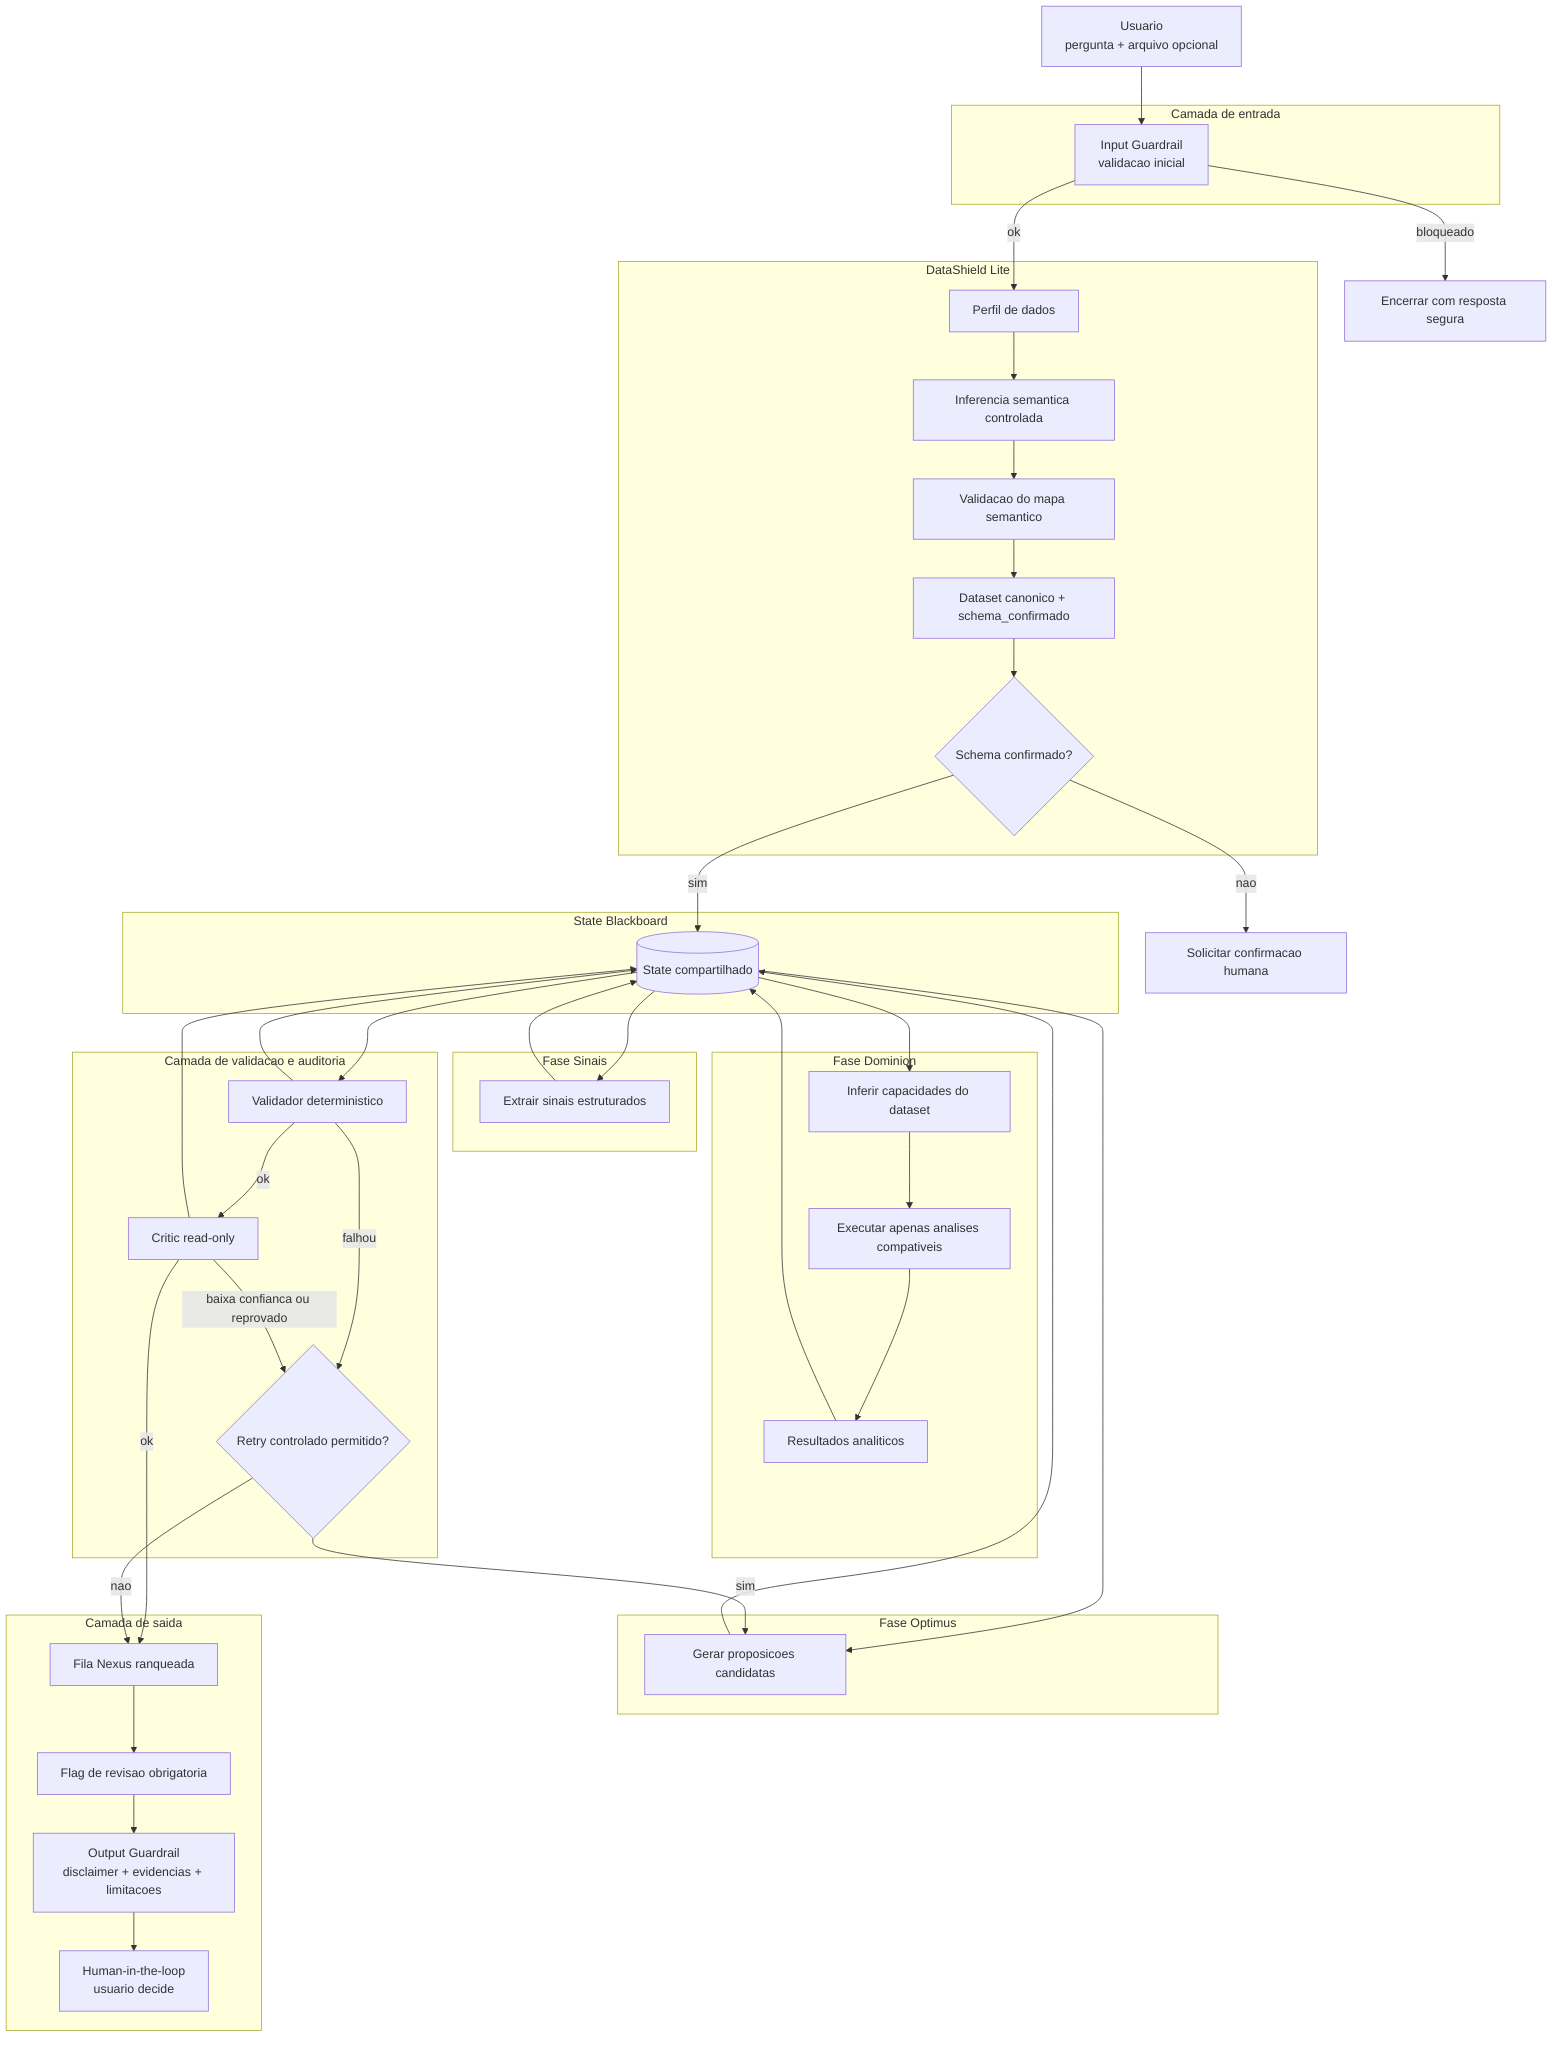
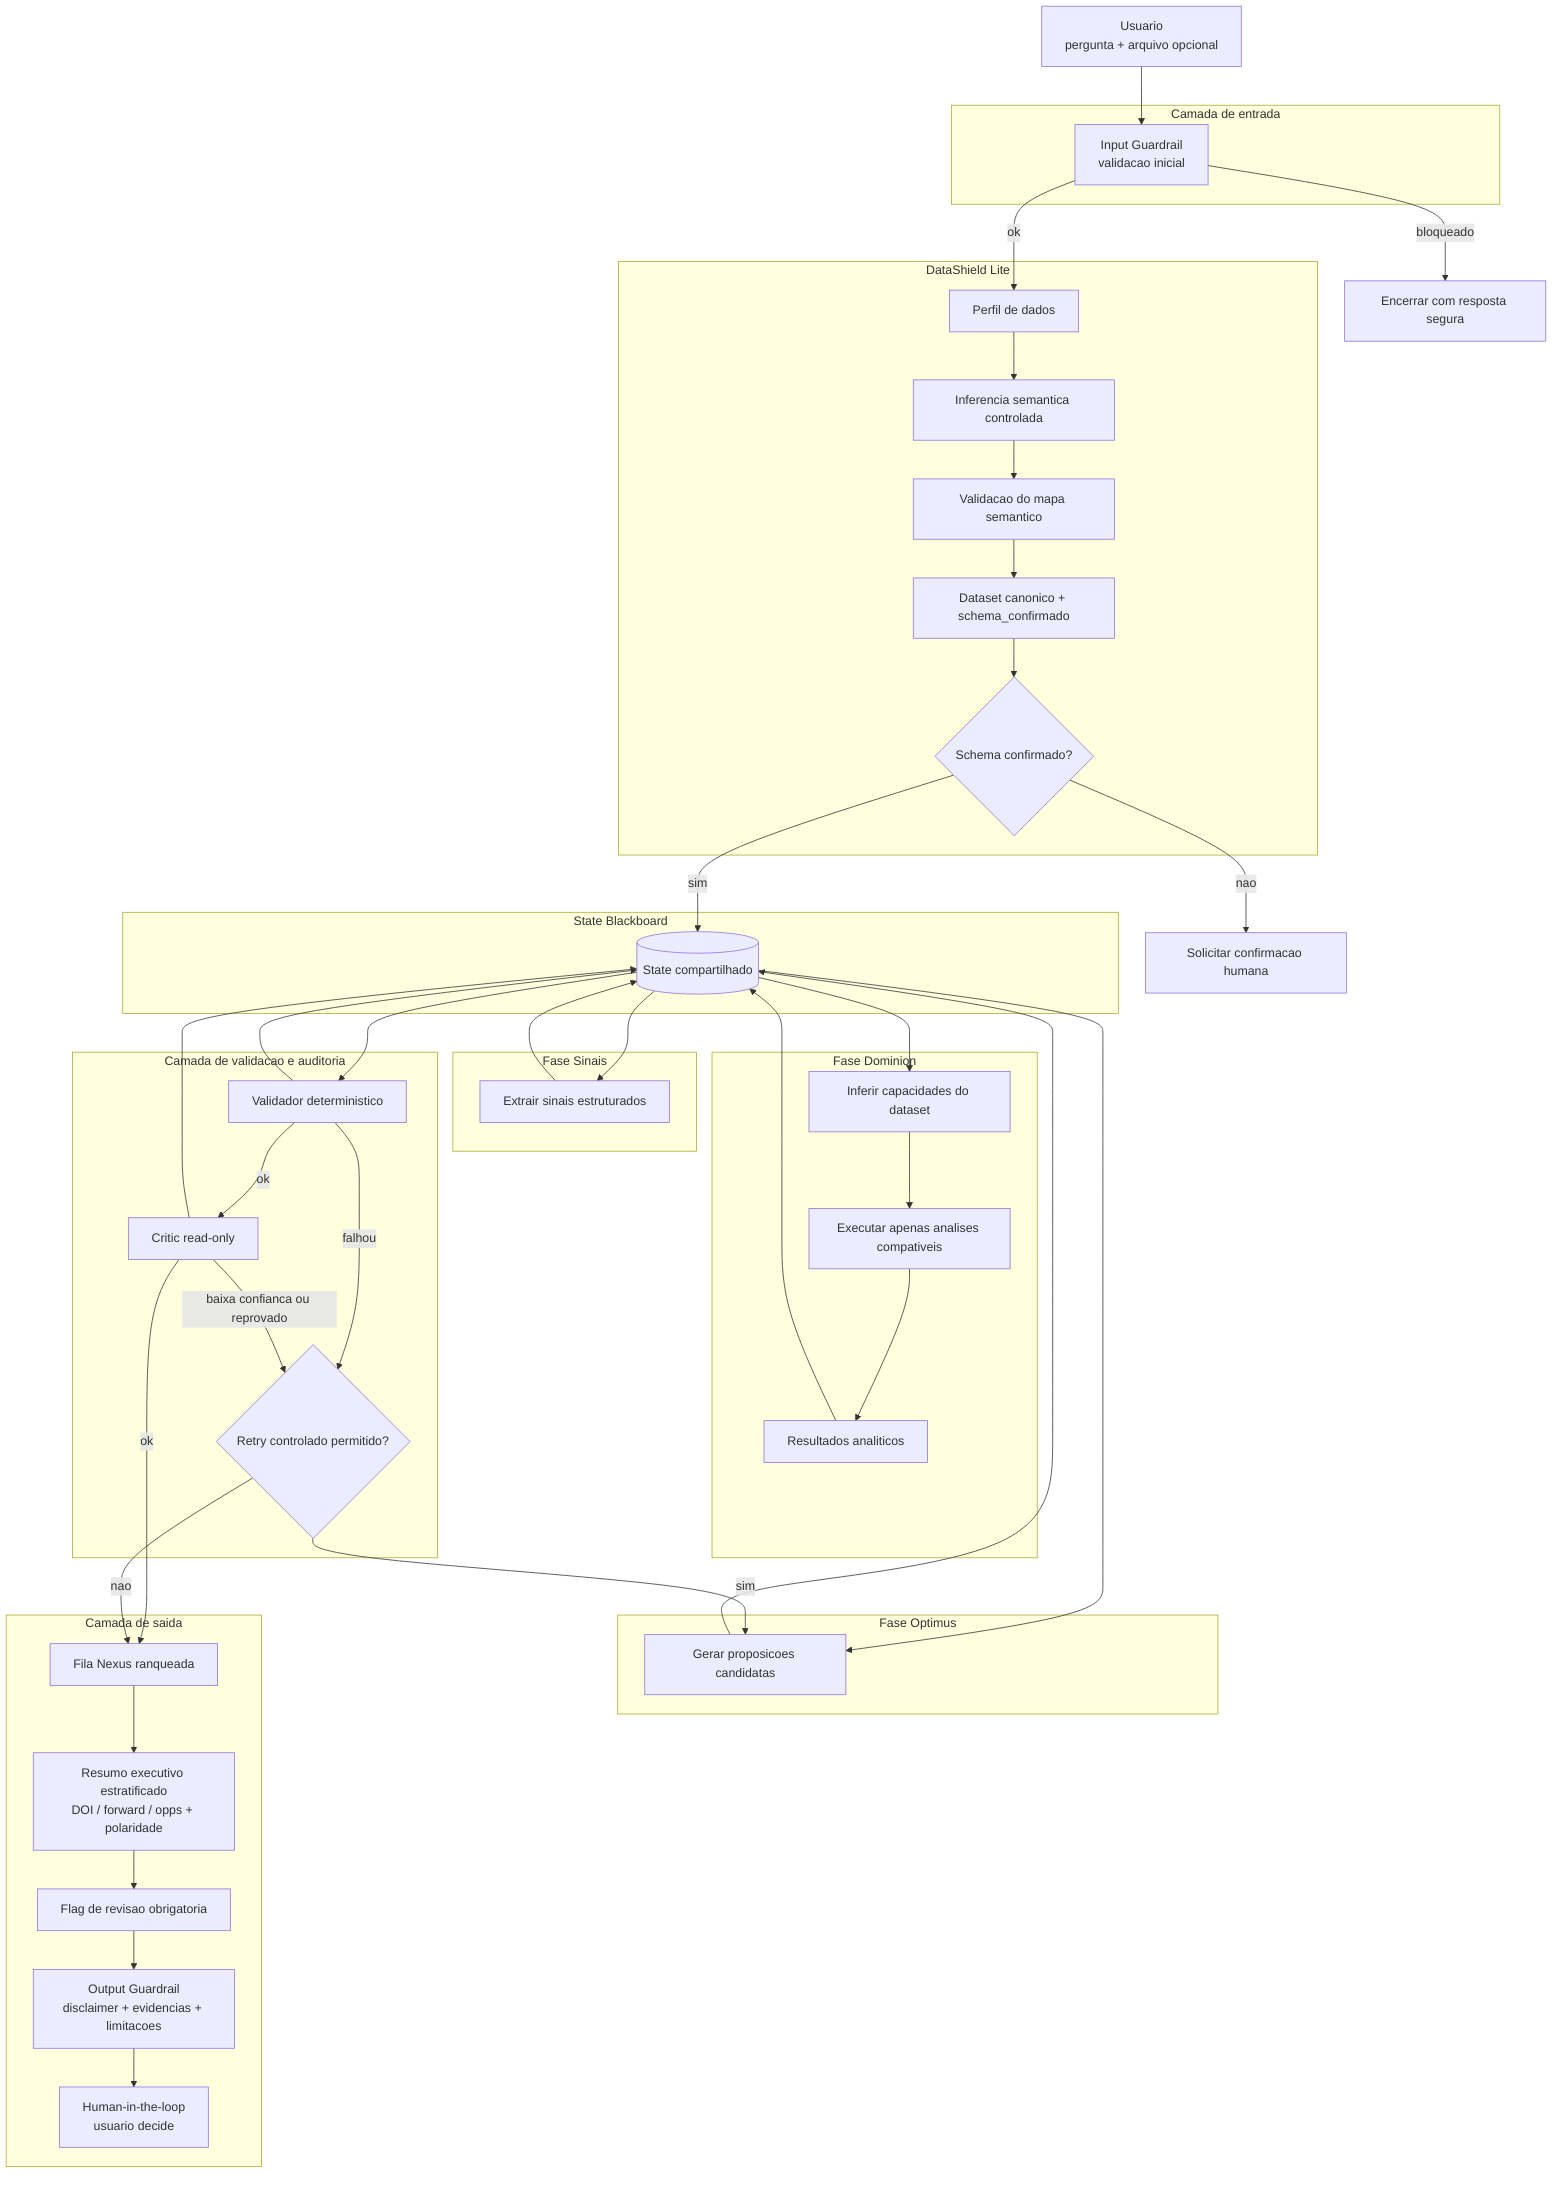
flowchart TB
    START[Usuario<br/>pergunta + arquivo opcional]

    subgraph ENTRADA["Camada de entrada"]
        IG[Input Guardrail<br/>validacao inicial]
    end

    subgraph DATASHIELD["DataShield Lite"]
        DS1[Perfil de dados]
        DS2[Inferencia semantica controlada]
        DS3[Validacao do mapa semantico]
        DS4[Dataset canonico + schema_confirmado]
        DSG{Schema confirmado?}
    end

    subgraph STATE["State Blackboard"]
        SB[(State compartilhado)]
    end

    subgraph DOMINION["Fase Dominion"]
        DOM1[Inferir capacidades do dataset]
        DOM2[Executar apenas analises compativeis]
        DOM3[Resultados analiticos]
    end

    subgraph SINAIS["Fase Sinais"]
        SIG[Extrair sinais estruturados]
    end

    subgraph OPTIMUS["Fase Optimus"]
        OPT[Gerar proposicoes candidatas]
    end

    subgraph VALIDACAO["Camada de validacao e auditoria"]
        VAL[Validador deterministico]
        CRIT[Critic read-only]
        RETRY{Retry controlado permitido?}
    end

    subgraph SAIDA["Camada de saida"]
        FILA[Fila Nexus ranqueada]
+         RES[Resumo executivo estratificado<br/>DOI / forward / opps + polaridade]
        REV[Flag de revisao obrigatoria]
        OG[Output Guardrail<br/>disclaimer + evidencias + limitacoes]
        HITL[Human-in-the-loop<br/>usuario decide]
    end

    START --> IG
    IG -->|bloqueado| REJ[Encerrar com resposta segura]
    IG -->|ok| DS1

    DS1 --> DS2 --> DS3 --> DS4 --> DSG
    DSG -->|nao| HUM[Solicitar confirmacao humana]
    DSG -->|sim| SB

    SB --> DOM1 --> DOM2 --> DOM3 --> SB
    SB --> SIG --> SB
    SB --> OPT --> SB
    SB --> VAL --> SB

    VAL -->|falhou| RETRY
    VAL -->|ok| CRIT
    CRIT --> SB

    CRIT -->|baixa confianca ou reprovado| RETRY
    CRIT -->|ok| FILA

    RETRY -->|sim| OPT
    RETRY -->|nao| FILA

-     FILA --> REV --> OG --> HITL
+     FILA --> RES --> REV --> OG --> HITL
